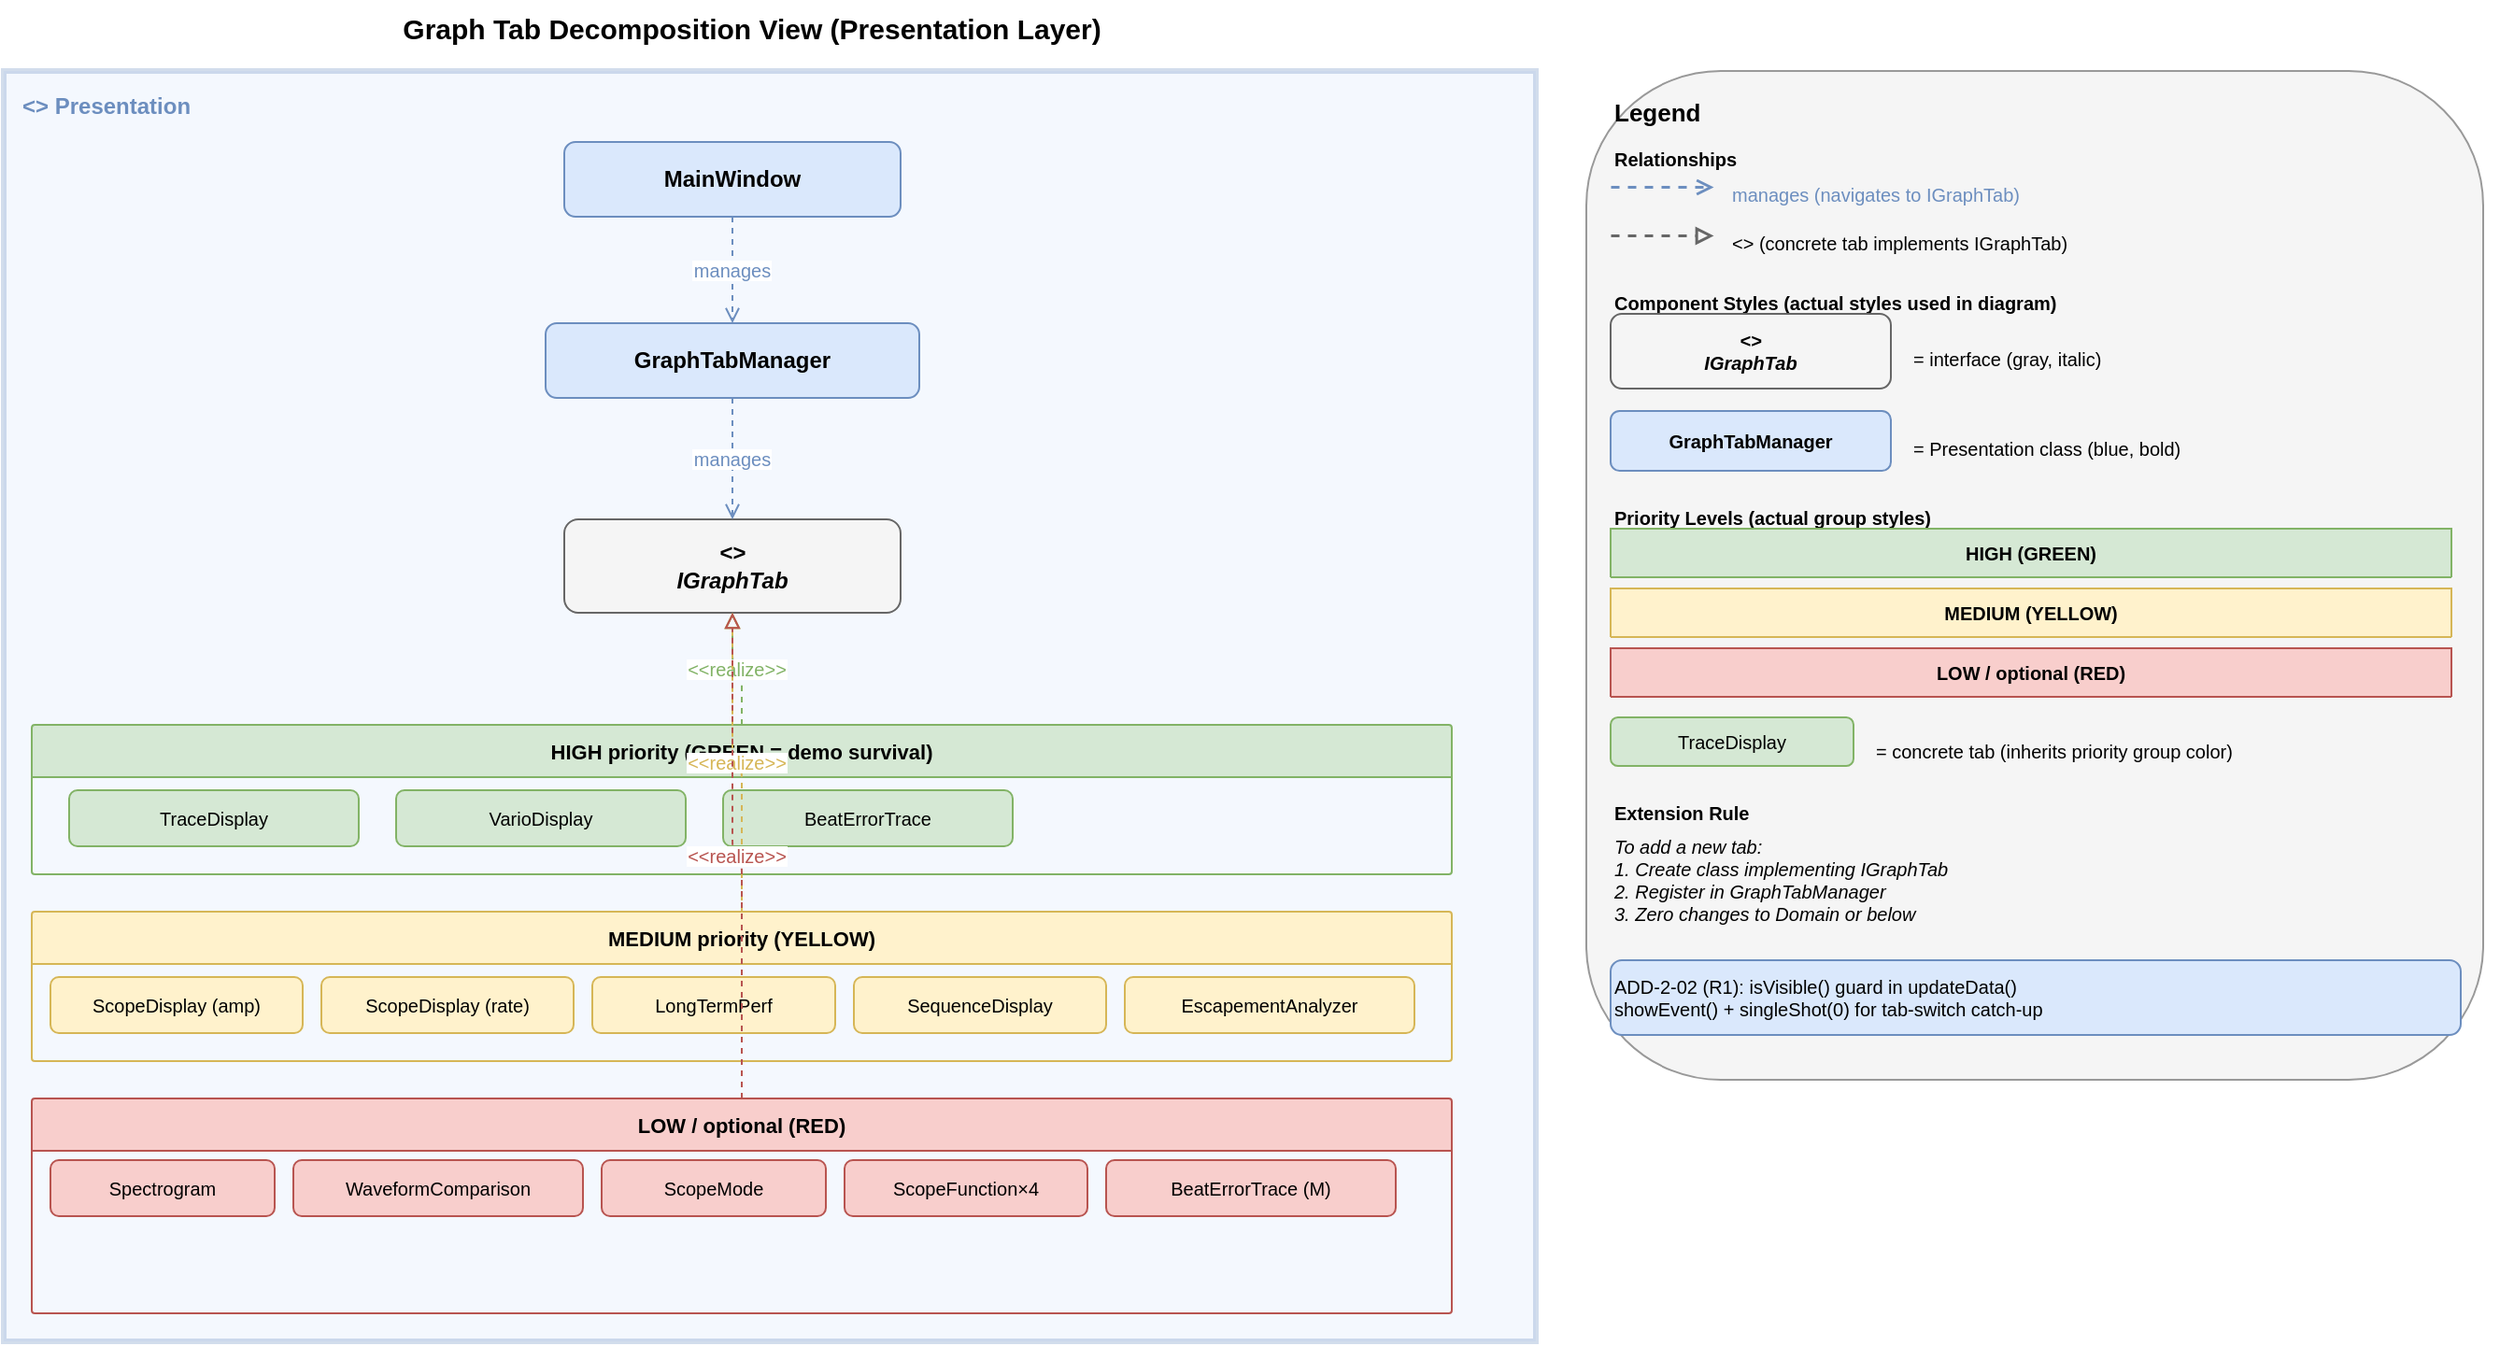
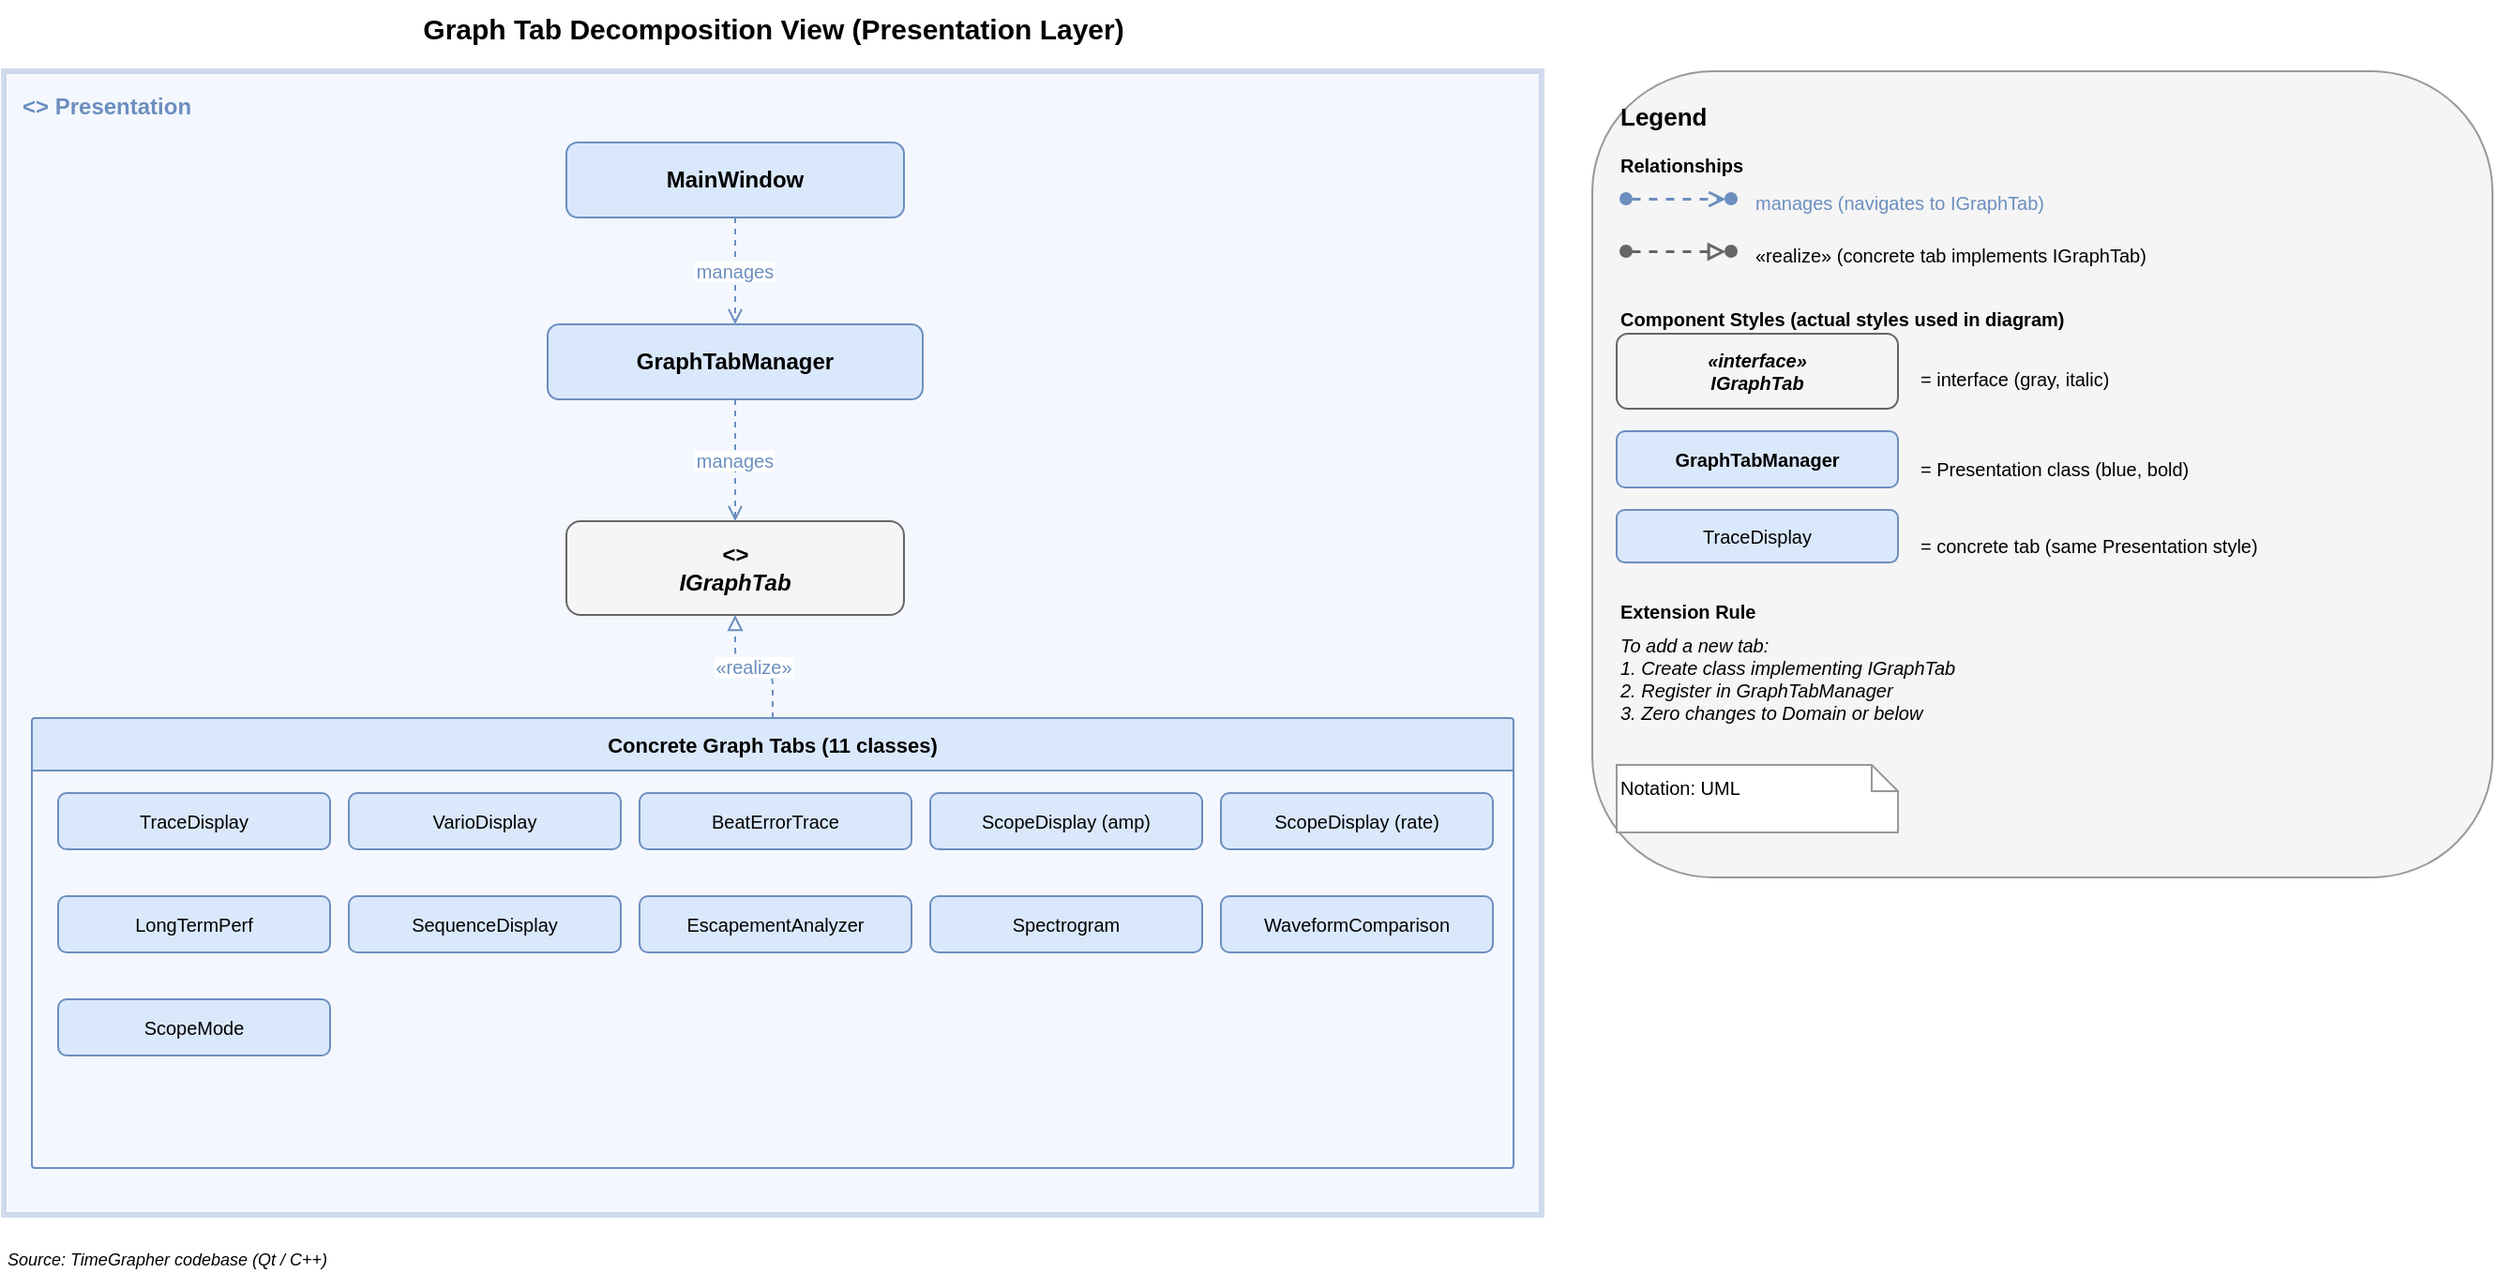
- <mxGraphModel dx="1422" dy="762" grid="1" gridSize="10" guides="1" tooltips="1" connect="1" arrows="1" fold="1" page="1" pageScale="1" pageWidth="1400" pageHeight="760" math="0" shadow="0">
+ <mxGraphModel dx="1422" dy="762" grid="1" gridSize="10" guides="1" tooltips="1" connect="1" arrows="1" fold="1" page="1" pageScale="1" pageWidth="1400" pageHeight="720" math="0" shadow="0">
  <root>
    <mxCell id="0"/><mxCell id="1" parent="0"/>
+ 
+     <!-- Title -->
    <mxCell id="t0" value="Graph Tab Decomposition View (Presentation Layer)" style="text;html=1;strokeColor=none;fillColor=none;align=center;fontSize=15;fontStyle=1;" vertex="1" parent="1">
-       <mxGeometry x="50" y="12" width="800" height="28" as="geometry"/>
+       <mxGeometry x="50" y="12" width="820" height="28" as="geometry"/>
    </mxCell>

-     <!-- Presentation boundary (plain rect, NOT swimlane to avoid label issue) -->
+     <!-- Presentation layer boundary -->
    <mxCell id="PRES" value="" style="rounded=0;whiteSpace=wrap;html=1;fillColor=#dae8fc;strokeColor=#6c8ebf;strokeWidth=3;opacity=30;" vertex="1" parent="1">
-       <mxGeometry x="50" y="50" width="820" height="680" as="geometry"/>
+       <mxGeometry x="50" y="50" width="820" height="610" as="geometry"/>
    </mxCell>
    <mxCell id="PRES_LBL" value="&lt;&lt;layer&gt;&gt; Presentation" style="text;html=1;strokeColor=none;fillColor=none;fontStyle=1;fontSize=12;align=left;fontColor=#6c8ebf;" vertex="1" parent="1">
      <mxGeometry x="58" y="55" width="240" height="22" as="geometry"/>
    </mxCell>

    <!-- MainWindow -->
    <mxCell id="MW" value="MainWindow" style="rounded=1;whiteSpace=wrap;html=1;fillColor=#dae8fc;strokeColor=#6c8ebf;fontStyle=1;fontSize=12;" vertex="1" parent="1">
      <mxGeometry x="350" y="88" width="180" height="40" as="geometry"/>
    </mxCell>

    <!-- GraphTabManager -->
    <mxCell id="GTM" value="GraphTabManager" style="rounded=1;whiteSpace=wrap;html=1;fillColor=#dae8fc;strokeColor=#6c8ebf;fontStyle=1;fontSize=12;" vertex="1" parent="1">
      <mxGeometry x="340" y="185" width="200" height="40" as="geometry"/>
    </mxCell>

    <!-- IGraphTab interface -->
    <mxCell id="IGT" value="&lt;&lt;interface&gt;&gt;&#xa;IGraphTab" style="rounded=1;whiteSpace=wrap;html=1;fillColor=#f5f5f5;strokeColor=#666666;fontStyle=3;fontSize=12;" vertex="1" parent="1">
      <mxGeometry x="350" y="290" width="180" height="50" as="geometry"/>
    </mxCell>

-     <!-- HIGH priority group -->
-     <mxCell id="GH" value="HIGH priority (GREEN = demo survival)" style="swimlane;fontStyle=1;align=center;startSize=28;fillColor=#d5e8d4;strokeColor=#82b366;rounded=1;arcSize=2;fontSize=11;" vertex="1" parent="1">
-       <mxGeometry x="65" y="400" width="760" height="80" as="geometry"/>
+     <!-- All 11 concrete tab classes (single group, no priority) -->
+     <mxCell id="GTABS" value="Concrete Graph Tabs (11 classes)" style="swimlane;fontStyle=1;align=center;startSize=28;fillColor=#dae8fc;strokeColor=#6c8ebf;rounded=1;arcSize=2;fontSize=11;" vertex="1" parent="1">
+       <mxGeometry x="65" y="395" width="790" height="240" as="geometry"/>
    </mxCell>
-     <mxCell id="T1" value="TraceDisplay" style="rounded=1;whiteSpace=wrap;html=1;fillColor=#d5e8d4;strokeColor=#82b366;fontSize=10;" vertex="1" parent="GH">
-       <mxGeometry x="20" y="35" width="155" height="30" as="geometry"/>
-     </mxCell>
-     <mxCell id="T2" value="VarioDisplay" style="rounded=1;whiteSpace=wrap;html=1;fillColor=#d5e8d4;strokeColor=#82b366;fontSize=10;" vertex="1" parent="GH">
-       <mxGeometry x="195" y="35" width="155" height="30" as="geometry"/>
-     </mxCell>
-     <mxCell id="T3" value="BeatErrorTrace" style="rounded=1;whiteSpace=wrap;html=1;fillColor=#d5e8d4;strokeColor=#82b366;fontSize=10;" vertex="1" parent="GH">
-       <mxGeometry x="370" y="35" width="155" height="30" as="geometry"/>
-     </mxCell>
- 
-     <!-- MEDIUM priority group -->
-     <mxCell id="GM" value="MEDIUM priority (YELLOW)" style="swimlane;fontStyle=1;align=center;startSize=28;fillColor=#fff2cc;strokeColor=#d6b656;rounded=1;arcSize=2;fontSize=11;" vertex="1" parent="1">
-       <mxGeometry x="65" y="500" width="760" height="80" as="geometry"/>
-     </mxCell>
-     <mxCell id="T4" value="ScopeDisplay (amp)" style="rounded=1;whiteSpace=wrap;html=1;fillColor=#fff2cc;strokeColor=#d6b656;fontSize=10;" vertex="1" parent="GM">
-       <mxGeometry x="10" y="35" width="135" height="30" as="geometry"/>
-     </mxCell>
-     <mxCell id="T5" value="ScopeDisplay (rate)" style="rounded=1;whiteSpace=wrap;html=1;fillColor=#fff2cc;strokeColor=#d6b656;fontSize=10;" vertex="1" parent="GM">
-       <mxGeometry x="155" y="35" width="135" height="30" as="geometry"/>
-     </mxCell>
-     <mxCell id="T6" value="LongTermPerf" style="rounded=1;whiteSpace=wrap;html=1;fillColor=#fff2cc;strokeColor=#d6b656;fontSize=10;" vertex="1" parent="GM">
-       <mxGeometry x="300" y="35" width="130" height="30" as="geometry"/>
-     </mxCell>
-     <mxCell id="T7" value="SequenceDisplay" style="rounded=1;whiteSpace=wrap;html=1;fillColor=#fff2cc;strokeColor=#d6b656;fontSize=10;" vertex="1" parent="GM">
-       <mxGeometry x="440" y="35" width="135" height="30" as="geometry"/>
-     </mxCell>
-     <mxCell id="T8" value="EscapementAnalyzer" style="rounded=1;whiteSpace=wrap;html=1;fillColor=#fff2cc;strokeColor=#d6b656;fontSize=10;" vertex="1" parent="GM">
-       <mxGeometry x="585" y="35" width="155" height="30" as="geometry"/>
-     </mxCell>
- 
-     <!-- LOW priority group -->
-     <mxCell id="GL" value="LOW / optional (RED)" style="swimlane;fontStyle=1;align=center;startSize=28;fillColor=#f8cecc;strokeColor=#b85450;rounded=1;arcSize=2;fontSize=11;" vertex="1" parent="1">
-       <mxGeometry x="65" y="600" width="760" height="115" as="geometry"/>
-     </mxCell>
-     <mxCell id="T9" value="Spectrogram" style="rounded=1;whiteSpace=wrap;html=1;fillColor=#f8cecc;strokeColor=#b85450;fontSize=10;" vertex="1" parent="GL">
-       <mxGeometry x="10" y="33" width="120" height="30" as="geometry"/>
-     </mxCell>
-     <mxCell id="T10" value="WaveformComparison" style="rounded=1;whiteSpace=wrap;html=1;fillColor=#f8cecc;strokeColor=#b85450;fontSize=10;" vertex="1" parent="GL">
-       <mxGeometry x="140" y="33" width="155" height="30" as="geometry"/>
-     </mxCell>
-     <mxCell id="T11" value="ScopeMode" style="rounded=1;whiteSpace=wrap;html=1;fillColor=#f8cecc;strokeColor=#b85450;fontSize=10;" vertex="1" parent="GL">
-       <mxGeometry x="305" y="33" width="120" height="30" as="geometry"/>
-     </mxCell>
-     <mxCell id="T12" value="ScopeFunction×4" style="rounded=1;whiteSpace=wrap;html=1;fillColor=#f8cecc;strokeColor=#b85450;fontSize=10;" vertex="1" parent="GL">
-       <mxGeometry x="435" y="33" width="130" height="30" as="geometry"/>
-     </mxCell>
-     <mxCell id="T13" value="BeatErrorTrace (M)" style="rounded=1;whiteSpace=wrap;html=1;fillColor=#f8cecc;strokeColor=#b85450;fontSize=10;" vertex="1" parent="GL">
-       <mxGeometry x="575" y="33" width="155" height="30" as="geometry"/>
-     </mxCell>
+     <!-- Row 1 -->
+     <mxCell id="T1"  value="TraceDisplay"        style="rounded=1;whiteSpace=wrap;html=1;fillColor=#dae8fc;strokeColor=#6c8ebf;fontSize=10;" vertex="1" parent="GTABS"><mxGeometry x="14"  y="40" width="145" height="30" as="geometry"/></mxCell>
+     <mxCell id="T2"  value="VarioDisplay"        style="rounded=1;whiteSpace=wrap;html=1;fillColor=#dae8fc;strokeColor=#6c8ebf;fontSize=10;" vertex="1" parent="GTABS"><mxGeometry x="169" y="40" width="145" height="30" as="geometry"/></mxCell>
+     <mxCell id="T3"  value="BeatErrorTrace"      style="rounded=1;whiteSpace=wrap;html=1;fillColor=#dae8fc;strokeColor=#6c8ebf;fontSize=10;" vertex="1" parent="GTABS"><mxGeometry x="324" y="40" width="145" height="30" as="geometry"/></mxCell>
+     <mxCell id="T4"  value="ScopeDisplay (amp)"  style="rounded=1;whiteSpace=wrap;html=1;fillColor=#dae8fc;strokeColor=#6c8ebf;fontSize=10;" vertex="1" parent="GTABS"><mxGeometry x="479" y="40" width="145" height="30" as="geometry"/></mxCell>
+     <mxCell id="T5"  value="ScopeDisplay (rate)" style="rounded=1;whiteSpace=wrap;html=1;fillColor=#dae8fc;strokeColor=#6c8ebf;fontSize=10;" vertex="1" parent="GTABS"><mxGeometry x="634" y="40" width="145" height="30" as="geometry"/></mxCell>
+     <!-- Row 2 -->
+     <mxCell id="T6"  value="LongTermPerf"         style="rounded=1;whiteSpace=wrap;html=1;fillColor=#dae8fc;strokeColor=#6c8ebf;fontSize=10;" vertex="1" parent="GTABS"><mxGeometry x="14"  y="95" width="145" height="30" as="geometry"/></mxCell>
+     <mxCell id="T7"  value="SequenceDisplay"      style="rounded=1;whiteSpace=wrap;html=1;fillColor=#dae8fc;strokeColor=#6c8ebf;fontSize=10;" vertex="1" parent="GTABS"><mxGeometry x="169" y="95" width="145" height="30" as="geometry"/></mxCell>
+     <mxCell id="T8"  value="EscapementAnalyzer"   style="rounded=1;whiteSpace=wrap;html=1;fillColor=#dae8fc;strokeColor=#6c8ebf;fontSize=10;" vertex="1" parent="GTABS"><mxGeometry x="324" y="95" width="145" height="30" as="geometry"/></mxCell>
+     <mxCell id="T9"  value="Spectrogram"          style="rounded=1;whiteSpace=wrap;html=1;fillColor=#dae8fc;strokeColor=#6c8ebf;fontSize=10;" vertex="1" parent="GTABS"><mxGeometry x="479" y="95" width="145" height="30" as="geometry"/></mxCell>
+     <mxCell id="T10" value="WaveformComparison"   style="rounded=1;whiteSpace=wrap;html=1;fillColor=#dae8fc;strokeColor=#6c8ebf;fontSize=10;" vertex="1" parent="GTABS"><mxGeometry x="634" y="95" width="145" height="30" as="geometry"/></mxCell>
+     <!-- Row 3 (last tab) -->
+     <mxCell id="T11" value="ScopeMode"            style="rounded=1;whiteSpace=wrap;html=1;fillColor=#dae8fc;strokeColor=#6c8ebf;fontSize=10;" vertex="1" parent="GTABS"><mxGeometry x="14"  y="150" width="145" height="30" as="geometry"/></mxCell>

    <!-- Connectors -->
    <mxCell id="MW_GTM" value="manages" style="edgeStyle=orthogonalEdgeStyle;dashed=1;endArrow=open;endFill=0;strokeColor=#6c8ebf;fontColor=#6c8ebf;fontSize=10;" edge="1" parent="1" source="MW" target="GTM">
      <mxGeometry relative="1" as="geometry"/>
    </mxCell>
    <mxCell id="GTM_IGT" value="manages" style="edgeStyle=orthogonalEdgeStyle;dashed=1;endArrow=open;endFill=0;strokeColor=#6c8ebf;fontColor=#6c8ebf;fontSize=10;" edge="1" parent="1" source="GTM" target="IGT">
      <mxGeometry relative="1" as="geometry"/>
    </mxCell>
-     <mxCell id="IGT_H" value="&lt;&lt;realize&gt;&gt;" style="edgeStyle=orthogonalEdgeStyle;dashed=1;endArrow=block;endFill=0;strokeColor=#82b366;fontColor=#82b366;fontSize=10;" edge="1" parent="1" source="GH" target="IGT">
-       <mxGeometry relative="1" as="geometry"/>
-     </mxCell>
-     <mxCell id="IGT_M" value="&lt;&lt;realize&gt;&gt;" style="edgeStyle=orthogonalEdgeStyle;dashed=1;endArrow=block;endFill=0;strokeColor=#d6b656;fontColor=#d6b656;fontSize=10;" edge="1" parent="1" source="GM" target="IGT">
-       <mxGeometry relative="1" as="geometry"/>
-     </mxCell>
-     <mxCell id="IGT_L" value="&lt;&lt;realize&gt;&gt;" style="edgeStyle=orthogonalEdgeStyle;dashed=1;endArrow=block;endFill=0;strokeColor=#b85450;fontColor=#b85450;fontSize=10;" edge="1" parent="1" source="GL" target="IGT">
+     <mxCell id="TABS_IGT" value="«realize»" style="edgeStyle=orthogonalEdgeStyle;dashed=1;endArrow=block;endFill=0;strokeColor=#6c8ebf;fontColor=#6c8ebf;fontSize=10;" edge="1" parent="1" source="GTABS" target="IGT">
      <mxGeometry relative="1" as="geometry"/>
    </mxCell>

    <!-- ===== LEGEND ===== -->
    <mxCell id="LEG_BOX" value="" style="rounded=1;whiteSpace=wrap;html=1;fillColor=#f5f5f5;strokeColor=#999999;" vertex="1" parent="1">
-       <mxGeometry x="897" y="50" width="480" height="540" as="geometry"/>
+       <mxGeometry x="897" y="50" width="480" height="430" as="geometry"/>
    </mxCell>
    <mxCell id="LEG_T" value="Legend" style="text;html=1;strokeColor=none;fillColor=none;fontStyle=1;fontSize=13;align=left;" vertex="1" parent="1">
-       <mxGeometry x="910" y="58" width="80" height="20" as="geometry"/>
+       <mxGeometry x="910" y="60" width="80" height="20" as="geometry"/>
    </mxCell>

-     <!-- Section: Relationships -->
+     <!-- Relationships -->
    <mxCell id="LGS1" value="Relationships" style="text;html=1;strokeColor=none;fillColor=none;fontStyle=1;fontSize=10;align=left;" vertex="1" parent="1">
-       <mxGeometry x="910" y="85" width="450" height="16" as="geometry"/>
+       <mxGeometry x="910" y="88" width="450" height="16" as="geometry"/>
    </mxCell>
-     <!-- manages edge -->
-     <mxCell id="LGE1" value="" style="dashed=1;endArrow=open;endFill=0;strokeColor=#6c8ebf;strokeWidth=1.5;" edge="1" parent="1">
-       <mxGeometry relative="1" as="geometry">
-         <mxPoint x="910" y="112" as="sourcePoint"/>
-         <mxPoint x="965" y="112" as="targetPoint"/>
-       </mxGeometry>
-     </mxCell>
+     <mxCell id="LGE1L" value="" style="ellipse;fillColor=#6c8ebf;strokeColor=#6c8ebf;" vertex="1" parent="1"><mxGeometry x="912" y="115" width="6" height="6" as="geometry"/></mxCell>
+     <mxCell id="LGE1R" value="" style="ellipse;fillColor=#6c8ebf;strokeColor=#6c8ebf;" vertex="1" parent="1"><mxGeometry x="968" y="115" width="6" height="6" as="geometry"/></mxCell>
+     <mxCell id="LGE1" value="" style="dashed=1;endArrow=open;endFill=0;strokeColor=#6c8ebf;strokeWidth=1.5;" edge="1" parent="1" source="LGE1L" target="LGE1R"><mxGeometry relative="1" as="geometry"/></mxCell>
    <mxCell id="LGT1" value="manages  (navigates to IGraphTab)" style="text;html=1;strokeColor=none;fillColor=none;align=left;fontSize=10;fontColor=#6c8ebf;" vertex="1" parent="1">
-       <mxGeometry x="973" y="104" width="400" height="18" as="geometry"/>
-     </mxCell>
-     <!-- realize edge (hollow triangle) -->
-     <mxCell id="LGE2" value="" style="dashed=1;endArrow=block;endFill=0;strokeColor=#666666;strokeWidth=1.5;" edge="1" parent="1">
-       <mxGeometry relative="1" as="geometry">
-         <mxPoint x="910" y="138" as="sourcePoint"/>
-         <mxPoint x="965" y="138" as="targetPoint"/>
-       </mxGeometry>
-     </mxCell>
-     <mxCell id="LGT2" value="&lt;&lt;realize&gt;&gt;  (concrete tab implements IGraphTab)" style="text;html=1;strokeColor=none;fillColor=none;align=left;fontSize=10;" vertex="1" parent="1">
-       <mxGeometry x="973" y="130" width="400" height="18" as="geometry"/>
+       <mxGeometry x="982" y="108" width="390" height="18" as="geometry"/>
    </mxCell>

-     <!-- Section: Interfaces (actual component style copies) -->
+     <mxCell id="LGE2L" value="" style="ellipse;fillColor=#666666;strokeColor=#666666;" vertex="1" parent="1"><mxGeometry x="912" y="143" width="6" height="6" as="geometry"/></mxCell>
+     <mxCell id="LGE2R" value="" style="ellipse;fillColor=#666666;strokeColor=#666666;" vertex="1" parent="1"><mxGeometry x="968" y="143" width="6" height="6" as="geometry"/></mxCell>
+     <mxCell id="LGE2" value="" style="dashed=1;endArrow=block;endFill=0;strokeColor=#666666;strokeWidth=1.5;" edge="1" parent="1" source="LGE2L" target="LGE2R"><mxGeometry relative="1" as="geometry"/></mxCell>
+     <mxCell id="LGT2" value="«realize»  (concrete tab implements IGraphTab)" style="text;html=1;strokeColor=none;fillColor=none;align=left;fontSize=10;" vertex="1" parent="1">
+       <mxGeometry x="982" y="136" width="390" height="18" as="geometry"/>
+     </mxCell>
+ 
+     <!-- Component Styles -->
    <mxCell id="LGS2" value="Component Styles  (actual styles used in diagram)" style="text;html=1;strokeColor=none;fillColor=none;fontStyle=1;fontSize=10;align=left;" vertex="1" parent="1">
-       <mxGeometry x="910" y="162" width="450" height="16" as="geometry"/>
+       <mxGeometry x="910" y="170" width="450" height="16" as="geometry"/>
    </mxCell>
-     <!-- IGraphTab copy -->
-     <mxCell id="LGC1" value="&lt;&lt;interface&gt;&gt;&#xa;IGraphTab" style="rounded=1;whiteSpace=wrap;html=1;fillColor=#f5f5f5;strokeColor=#666666;fontStyle=3;fontSize=10;" vertex="1" parent="1">
-       <mxGeometry x="910" y="180" width="150" height="40" as="geometry"/>
+     <mxCell id="LGC1" value="«interface»&#xa;IGraphTab" style="rounded=1;whiteSpace=wrap;html=1;fillColor=#f5f5f5;strokeColor=#666666;fontStyle=3;fontSize=10;" vertex="1" parent="1">
+       <mxGeometry x="910" y="190" width="150" height="40" as="geometry"/>
    </mxCell>
    <mxCell id="LGT3" value="= interface  (gray, italic)" style="text;html=1;strokeColor=none;fillColor=none;align=left;fontSize=10;" vertex="1" parent="1">
-       <mxGeometry x="1070" y="192" width="305" height="18" as="geometry"/>
+       <mxGeometry x="1070" y="202" width="310" height="18" as="geometry"/>
    </mxCell>
-     <!-- Manager/class copy -->
    <mxCell id="LGC2" value="GraphTabManager" style="rounded=1;whiteSpace=wrap;html=1;fillColor=#dae8fc;strokeColor=#6c8ebf;fontStyle=1;fontSize=10;" vertex="1" parent="1">
-       <mxGeometry x="910" y="232" width="150" height="32" as="geometry"/>
+       <mxGeometry x="910" y="242" width="150" height="30" as="geometry"/>
    </mxCell>
    <mxCell id="LGT4" value="= Presentation class  (blue, bold)" style="text;html=1;strokeColor=none;fillColor=none;align=left;fontSize=10;" vertex="1" parent="1">
-       <mxGeometry x="1070" y="240" width="305" height="18" as="geometry"/>
+       <mxGeometry x="1070" y="250" width="310" height="18" as="geometry"/>
+     </mxCell>
+     <mxCell id="LGC3" value="TraceDisplay" style="rounded=1;whiteSpace=wrap;html=1;fillColor=#dae8fc;strokeColor=#6c8ebf;fontSize=10;" vertex="1" parent="1">
+       <mxGeometry x="910" y="284" width="150" height="28" as="geometry"/>
+     </mxCell>
+     <mxCell id="LGT5" value="= concrete tab  (same Presentation style)" style="text;html=1;strokeColor=none;fillColor=none;align=left;fontSize=10;" vertex="1" parent="1">
+       <mxGeometry x="1070" y="291" width="310" height="18" as="geometry"/>
    </mxCell>

-     <!-- Section: Priority levels (actual swimlane style copies) -->
-     <mxCell id="LGS3" value="Priority Levels  (actual group styles)" style="text;html=1;strokeColor=none;fillColor=none;fontStyle=1;fontSize=10;align=left;" vertex="1" parent="1">
-       <mxGeometry x="910" y="277" width="450" height="16" as="geometry"/>
+     <!-- Extension Rule -->
+     <mxCell id="LGS4" value="Extension Rule" style="text;html=1;strokeColor=none;fillColor=none;fontStyle=1;fontSize=10;align=left;" vertex="1" parent="1">
+       <mxGeometry x="910" y="326" width="450" height="16" as="geometry"/>
    </mxCell>
-     <!-- HIGH box copy -->
-     <mxCell id="LGH" value="HIGH (GREEN)" style="swimlane;fontStyle=1;align=center;startSize=26;fillColor=#d5e8d4;strokeColor=#82b366;rounded=1;arcSize=2;fontSize=10;" vertex="1" parent="1">
-       <mxGeometry x="910" y="295" width="450" height="26" as="geometry"/>
-     </mxCell>
-     <!-- MEDIUM box copy -->
-     <mxCell id="LGM" value="MEDIUM (YELLOW)" style="swimlane;fontStyle=1;align=center;startSize=26;fillColor=#fff2cc;strokeColor=#d6b656;rounded=1;arcSize=2;fontSize=10;" vertex="1" parent="1">
-       <mxGeometry x="910" y="327" width="450" height="26" as="geometry"/>
-     </mxCell>
-     <!-- LOW box copy -->
-     <mxCell id="LGL" value="LOW / optional (RED)" style="swimlane;fontStyle=1;align=center;startSize=26;fillColor=#f8cecc;strokeColor=#b85450;rounded=1;arcSize=2;fontSize=10;" vertex="1" parent="1">
-       <mxGeometry x="910" y="359" width="450" height="26" as="geometry"/>
-     </mxCell>
-     <!-- Concrete tab inside HIGH copy -->
-     <mxCell id="LGC3" value="TraceDisplay" style="rounded=1;whiteSpace=wrap;html=1;fillColor=#d5e8d4;strokeColor=#82b366;fontSize=10;" vertex="1" parent="1">
-       <mxGeometry x="910" y="396" width="130" height="26" as="geometry"/>
-     </mxCell>
-     <mxCell id="LGT5" value="= concrete tab  (inherits priority group color)" style="text;html=1;strokeColor=none;fillColor=none;align=left;fontSize=10;" vertex="1" parent="1">
-       <mxGeometry x="1050" y="402" width="335" height="18" as="geometry"/>
+     <mxCell id="LGR" value="To add a new tab:&#xa;1. Create class implementing IGraphTab&#xa;2. Register in GraphTabManager&#xa;3. Zero changes to Domain or below" style="text;html=1;strokeColor=none;fillColor=none;align=left;fontSize=10;fontStyle=2;" vertex="1" parent="1">
+       <mxGeometry x="910" y="344" width="455" height="64" as="geometry"/>
    </mxCell>

-     <!-- Section: Extension Rule -->
-     <mxCell id="LGS4" value="Extension Rule" style="text;html=1;strokeColor=none;fillColor=none;fontStyle=1;fontSize=10;align=left;" vertex="1" parent="1">
-       <mxGeometry x="910" y="435" width="450" height="16" as="geometry"/>
+     <!-- Notation note -->
+     <mxCell id="KNOTE" value="Notation: UML" style="shape=note;whiteSpace=wrap;html=1;backgroundOutline=1;fontSize=10;fillColor=#ffffff;strokeColor=#999999;size=14;align=left;verticalAlign=top;" vertex="1" parent="1">
+       <mxGeometry x="910" y="420" width="150" height="36" as="geometry"/>
    </mxCell>
-     <mxCell id="LGR" value="To add a new tab:&#xa;1. Create class implementing IGraphTab&#xa;2. Register in GraphTabManager&#xa;3. Zero changes to Domain or below" style="text;html=1;strokeColor=none;fillColor=none;align=left;fontSize=10;fontStyle=2;" vertex="1" parent="1">
-       <mxGeometry x="910" y="453" width="455" height="68" as="geometry"/>
+ 
+     <!-- Source -->
+     <mxCell id="KSRC" value="Source: TimeGrapher codebase (Qt / C++)" style="text;html=1;strokeColor=none;fillColor=none;fontSize=9;fontStyle=2;align=left;" vertex="1" parent="1">
+       <mxGeometry x="50" y="672" width="760" height="16" as="geometry"/>
    </mxCell>
-     <!-- ADD-2-02 note -->
-     <mxCell id="LGADD" value="ADD-2-02 (R1): isVisible() guard in updateData()&#xa;showEvent() + singleShot(0) for tab-switch catch-up" style="rounded=1;whiteSpace=wrap;html=1;fillColor=#dae8fc;strokeColor=#6c8ebf;align=left;fontSize=10;" vertex="1" parent="1">
-       <mxGeometry x="910" y="526" width="455" height="40" as="geometry"/>
-     </mxCell>
+ 
  </root>
</mxGraphModel>
